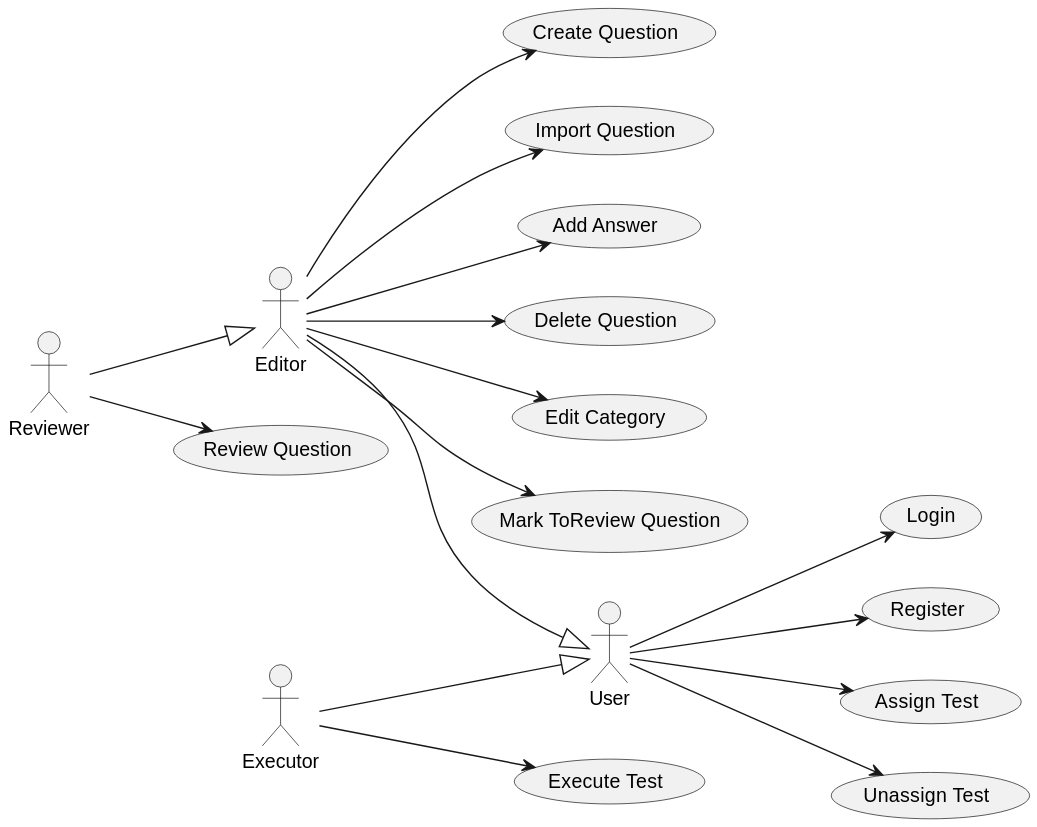
Joselon/ProyectoOpoTest keeps this PlantUML diagram as out/doc/useCases_app/useCases_app.svg. Above is the earlier version.
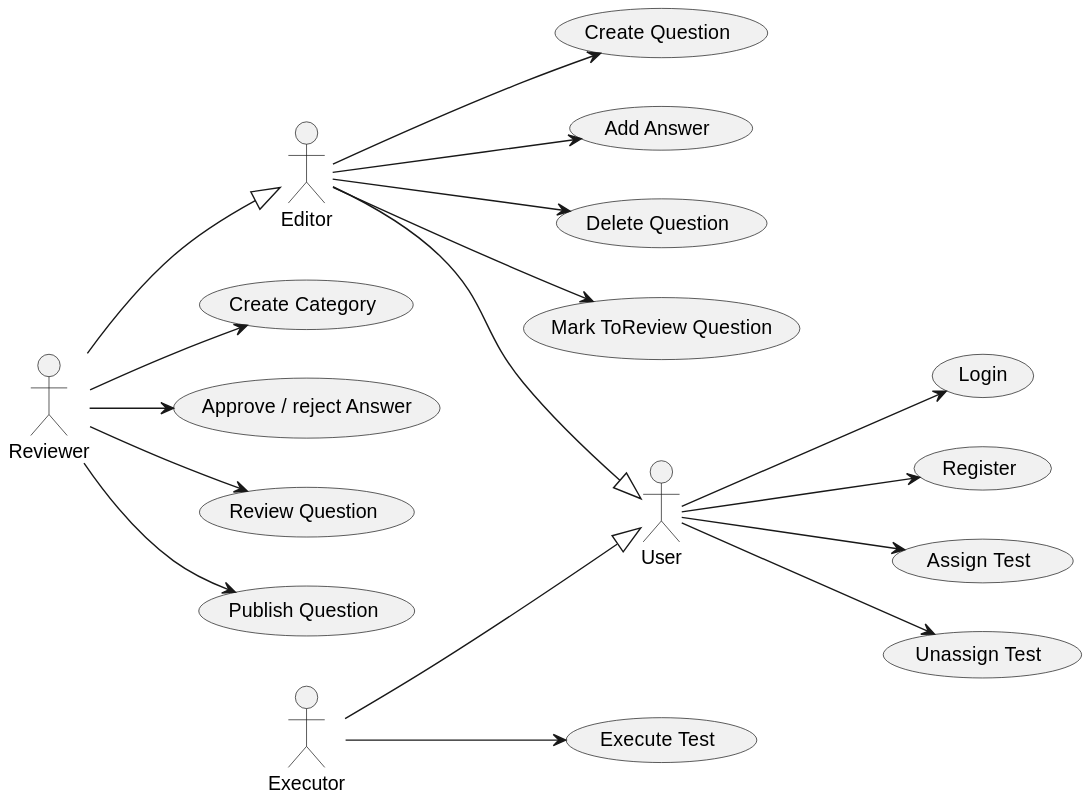
Above is the later version.

Diff of the diagram source:
```diff
@@ -6,7 +6,7 @@
 usecase "Login" as login
 usecase "Register" as register
 usecase "Create Question" as createQ
-usecase "Import Question" as importQ
+
 usecase "Add Answer" as addAnswerQ
 usecase "Delete Question" as deleteQ
 
@@ -14,17 +14,17 @@
 usecase "Unassign Test" as unassignT
 usecase "Execute Test" as execT
 
-usecase "Edit Category" as editC
+usecase "Create Category" as createC
 usecase "Mark ToReview Question" as markQ
-
-usecase "Review Question" as review
+usecase "Approve / reject Answer" as approveRejectA
+usecase "Review Question" as reviewQ
+usecase "Publish Question" as publishQ
 
 Editor --|> User
 Reviewer --|> Editor
 Executor --|> User
 
 Editor --> createQ
-Editor --> importQ
 Editor --> addAnswerQ
 Editor --> deleteQ
 Editor --> markQ
@@ -35,8 +35,9 @@
 User --> unassignT
 Executor --> execT
 
-Editor --> editC
-
-Reviewer --> review
+Reviewer --> createC
+Reviewer --> approveRejectA
+Reviewer --> reviewQ
+Reviewer --> publishQ
 
 @enduml
```
